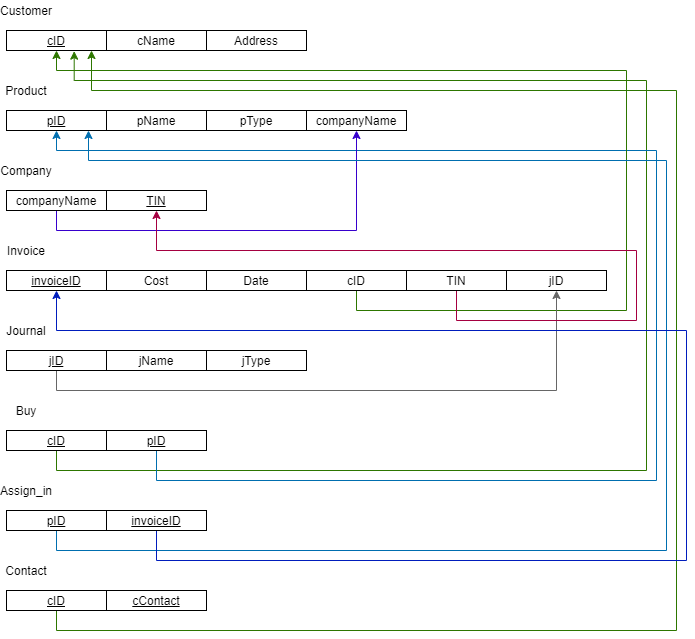
Earlier version of the draw.io export Relation.png (6210612864/projectCN230). Source tidied: cells renumbered, new cells last; positions are measured from the earlier drawing's top-left corner, leaving out a move shared by most shapes.
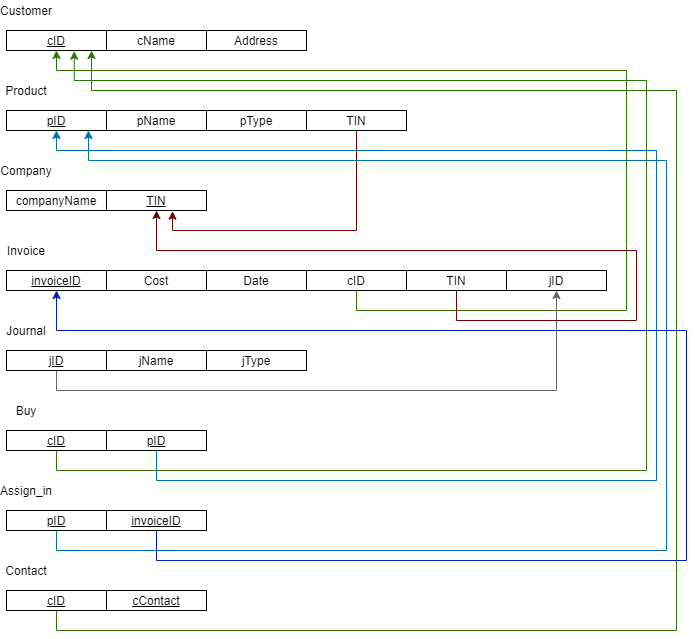
Later version of the same file.

Diff of the diagram source:
```diff
@@ -71,7 +71,10 @@
     <mxCell id="17" value="&lt;u&gt;TIN&lt;/u&gt;" style="whiteSpace=wrap;html=1;align=center;" parent="1" vertex="1">
       <mxGeometry x="100" y="190" width="100" height="20" as="geometry" />
     </mxCell>
+    <mxCell id="43" style="edgeStyle=orthogonalEdgeStyle;rounded=0;jettySize=auto;html=1;exitX=0.5;exitY=1;exitDx=0;exitDy=0;labelBackgroundColor=none;fontSize=11;endArrow=classic;endFill=1;entryX=0.66;entryY=1.033;entryDx=0;entryDy=0;entryPerimeter=0;fillColor=#a20025;strokeColor=#6F0000;" parent="1" edge="1" source="18" target="17">
+      <mxGeometry relative="1" as="geometry" />
+    </mxCell>
-    <mxCell id="18" value="companyName" style="whiteSpace=wrap;html=1;align=center;" parent="1" vertex="1">
+    <mxCell id="18" value="TIN" style="whiteSpace=wrap;html=1;align=center;" parent="1" vertex="1">
       <mxGeometry x="300" y="110" width="100" height="20" as="geometry" />
     </mxCell>
     <mxCell id="19" value="Company" style="text;html=1;strokeColor=none;fillColor=none;align=center;verticalAlign=middle;whiteSpace=wrap;rounded=0;" parent="1" vertex="1">
@@ -89,14 +92,6 @@
     <mxCell id="23" value="Date" style="whiteSpace=wrap;html=1;align=center;" parent="1" vertex="1">
       <mxGeometry x="200" y="270" width="100" height="20" as="geometry" />
     </mxCell>
-    <mxCell id="24" style="edgeStyle=orthogonalEdgeStyle;rounded=0;jettySize=auto;html=1;exitX=0.5;exitY=1;exitDx=0;exitDy=0;endArrow=classic;endFill=1;entryX=0.5;entryY=1;entryDx=0;entryDy=0;fillColor=#6a00ff;strokeColor=#3700CC;" parent="1" edge="1" source="25" target="18">
-      <mxGeometry relative="1" as="geometry">
-        <Array as="points">
-          <mxPoint x="50" y="230" />
-          <mxPoint x="350" y="230" />
-        </Array>
-      </mxGeometry>
-    </mxCell>
     <mxCell id="25" value="companyName" style="whiteSpace=wrap;html=1;align=center;" parent="1" vertex="1">
       <mxGeometry y="190" width="100" height="20" as="geometry" />
     </mxCell>
@@ -120,7 +115,7 @@
     <mxCell id="30" value="jType" style="whiteSpace=wrap;html=1;align=center;" parent="1" vertex="1">
       <mxGeometry x="200" y="350" width="100" height="20" as="geometry" />
     </mxCell>
-    <mxCell id="31" style="edgeStyle=orthogonalEdgeStyle;rounded=0;jettySize=auto;html=1;exitX=0.5;exitY=1;exitDx=0;exitDy=0;endArrow=classic;endFill=1;entryX=0.5;entryY=1;entryDx=0;entryDy=0;fillColor=#d80073;strokeColor=#A50040;" parent="1" edge="1" source="32" target="17">
+    <mxCell id="31" style="edgeStyle=orthogonalEdgeStyle;rounded=0;jettySize=auto;html=1;exitX=0.5;exitY=1;exitDx=0;exitDy=0;endArrow=classic;endFill=1;entryX=0.5;entryY=1;entryDx=0;entryDy=0;fillColor=#a20025;strokeColor=#6F0000;" parent="1" edge="1" source="32" target="17">
       <mxGeometry relative="1" as="geometry">
         <Array as="points">
           <mxPoint x="450" y="320" />
```
